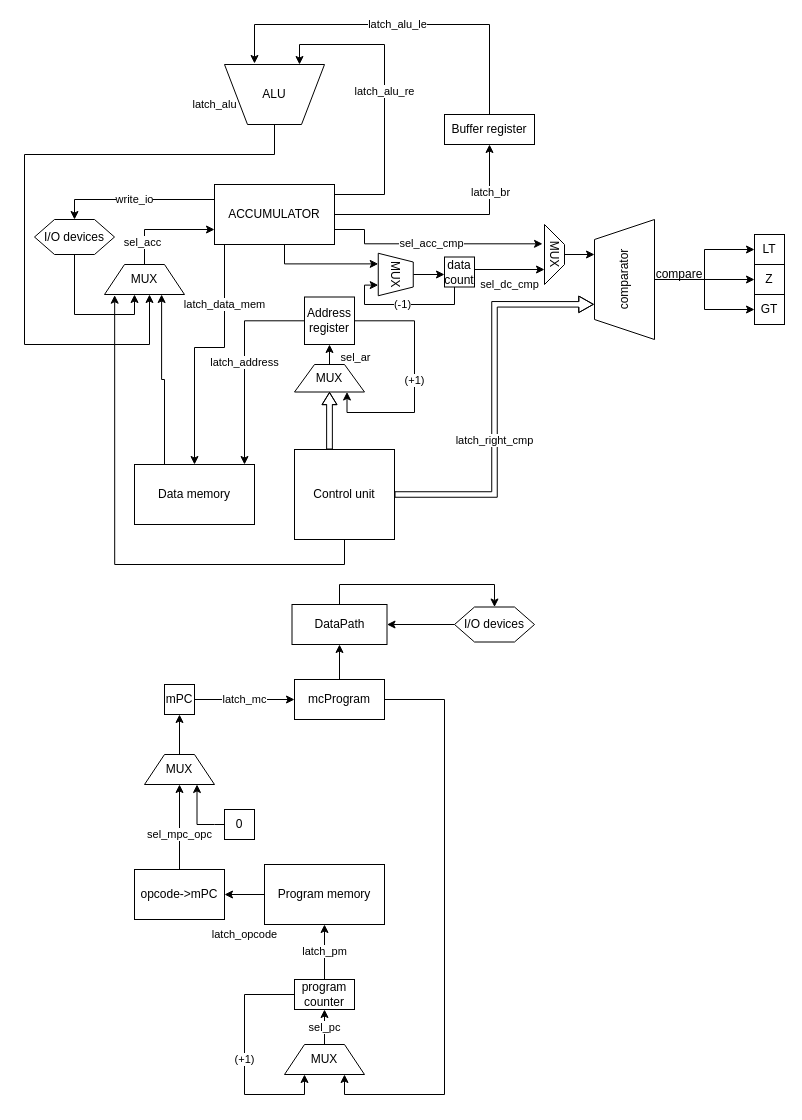
The draw.io diagram DataPathModel.drawio in lubitelkvokk/csa_lab3, before the edit. Source tidied: cells renumbered, new cells numbered last; positions are measured from the earlier drawing's top-left corner, leaving out a move shared by most shapes. Both pictures are drawn from the tidied source at 100%, with x=0, y=0 at pixel (24, 24).
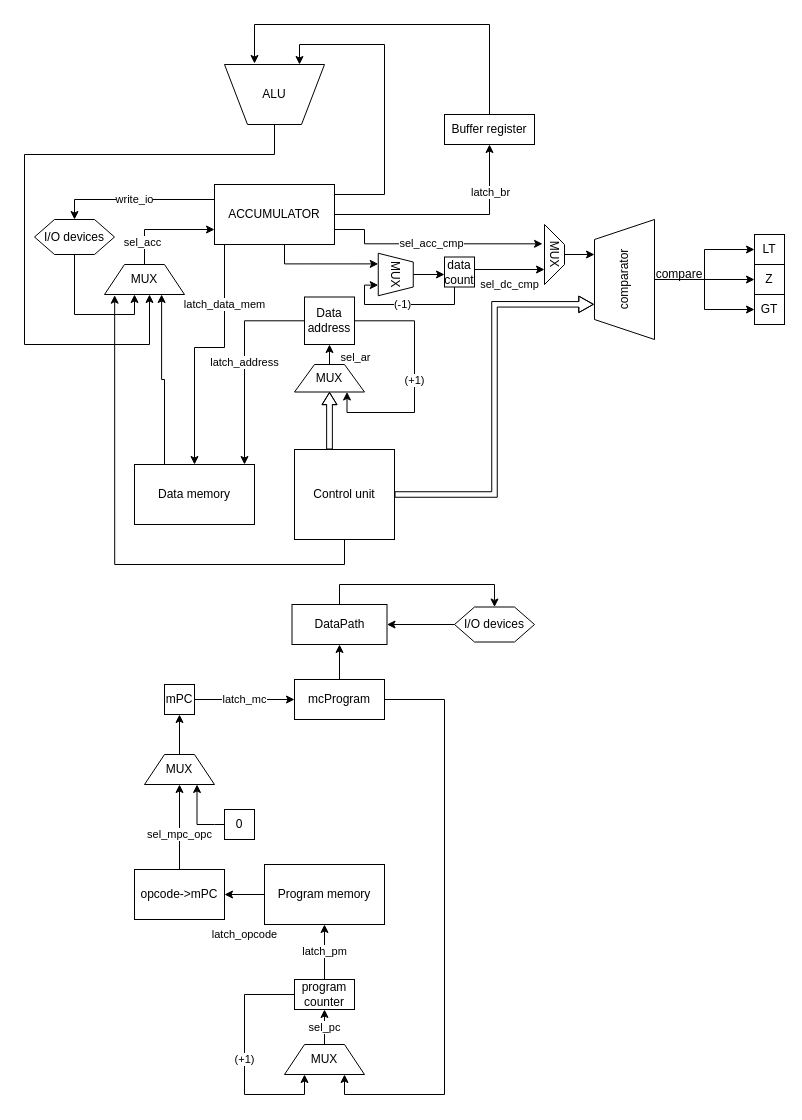
After the change.

Commit message:
deletitn latchin of alu(r/l entries)

The change refers to these unchanged cells:
```xml
<mxCell id="8" value="ACCUMULATOR" style="rounded=0;whiteSpace=wrap;html=1;" parent="1" vertex="1">
  <mxGeometry x="190" y="160" width="120" height="60" as="geometry" />
</mxCell>
<mxCell id="13" value="ALU" style="verticalLabelPosition=middle;verticalAlign=middle;html=1;shape=trapezoid;perimeter=trapezoidPerimeter;whiteSpace=wrap;size=0.23;arcSize=10;flipV=1;labelPosition=center;align=center;" parent="1" vertex="1">
  <mxGeometry x="200" y="40" width="100" height="60" as="geometry" />
</mxCell>
<mxCell id="18" value="Control unit" style="rounded=0;whiteSpace=wrap;html=1;" parent="1" vertex="1">
  <mxGeometry x="270" y="425" width="100" height="90" as="geometry" />
</mxCell>
<mxCell id="22" value="Buffer register" style="rounded=0;whiteSpace=wrap;html=1;" parent="1" vertex="1">
  <mxGeometry x="420" y="90" width="90" height="30" as="geometry" />
</mxCell>
<mxCell id="42" value="comparator" style="shape=trapezoid;perimeter=trapezoidPerimeter;whiteSpace=wrap;html=1;fixedSize=1;rotation=-90;" parent="1" vertex="1">
  <mxGeometry x="540" y="225" width="120" height="60" as="geometry" />
</mxCell>
```

The edit, as a diff of the source:
```diff
@@
-    <mxCell id="4" value="latch_alu_re" style="edgeStyle=orthogonalEdgeStyle;rounded=0;jettySize=auto;html=1;entryX=0.75;entryY=0;entryDx=0;entryDy=0;" parent="1" edge="1" source="8" target="13">
+    <mxCell id="4" style="edgeStyle=orthogonalEdgeStyle;rounded=0;jettySize=auto;html=1;entryX=0.75;entryY=0;entryDx=0;entryDy=0;" parent="1" edge="1" source="8" target="13">
       <mxGeometry relative="1" as="geometry">
         <Array as="points">
           <mxPoint x="360" y="170" />
           <mxPoint x="360" y="20" />
           <mxPoint x="275" y="20" />
         </Array>
       </mxGeometry>
     </mxCell>
@@
-    <mxCell id="12" value="latch_alu" style="edgeStyle=orthogonalEdgeStyle;rounded=0;jettySize=auto;html=1;" parent="1" edge="1" source="13">
+    <mxCell id="12" style="edgeStyle=orthogonalEdgeStyle;rounded=0;jettySize=auto;html=1;" parent="1" edge="1" source="13">
       <mxGeometry x="-0.72" y="-50" relative="1" as="geometry">
         <mxPoint x="125" y="270" as="targetPoint" />
         <Array as="points">
           <mxPoint x="250" y="130" />
           <mxPoint y="130" />
           <mxPoint y="320" />
           <mxPoint x="125" y="320" />
           <mxPoint x="125" y="270" />
         </Array>
       </mxGeometry>
     </mxCell>
@@
-    <mxCell id="25" value="Address register" style="rounded=0;whiteSpace=wrap;html=1;" parent="1" vertex="1">
+    <mxCell id="25" value="Data address" style="rounded=0;whiteSpace=wrap;html=1;" parent="1" vertex="1">
       <mxGeometry x="280" y="272.5" width="50" height="47.5" as="geometry" />
     </mxCell>
@@
-    <mxCell id="32" value="latch_alu_le" style="edgeStyle=orthogonalEdgeStyle;rounded=0;jettySize=auto;html=1;" parent="1" edge="1" source="22">
+    <mxCell id="32" style="edgeStyle=orthogonalEdgeStyle;rounded=0;jettySize=auto;html=1;" parent="1" edge="1" source="22">
       <mxGeometry relative="1" as="geometry">
         <mxPoint x="230" y="39" as="targetPoint" />
         <Array as="points">
           <mxPoint x="465" />
           <mxPoint x="230" />
         </Array>
       </mxGeometry>
     </mxCell>
@@
-    <mxCell id="38" value="latch_right_cmp" style="edgeStyle=orthogonalEdgeStyle;rounded=0;jettySize=auto;html=1;entryX=0.293;entryY=-0.011;entryDx=0;entryDy=0;entryPerimeter=0;shape=flexArrow;width=5.517241379310345;endSize=4.517241379310345;endWidth=9.988109393579073;" parent="1" edge="1" source="18" target="42">
+    <mxCell id="38" style="edgeStyle=orthogonalEdgeStyle;rounded=0;jettySize=auto;html=1;entryX=0.293;entryY=-0.011;entryDx=0;entryDy=0;entryPerimeter=0;shape=flexArrow;width=5.517241379310345;endSize=4.517241379310345;endWidth=9.988109393579073;" parent="1" edge="1" source="18" target="42">
       <mxGeometry x="-0.21" relative="1" as="geometry" />
     </mxCell>
```
